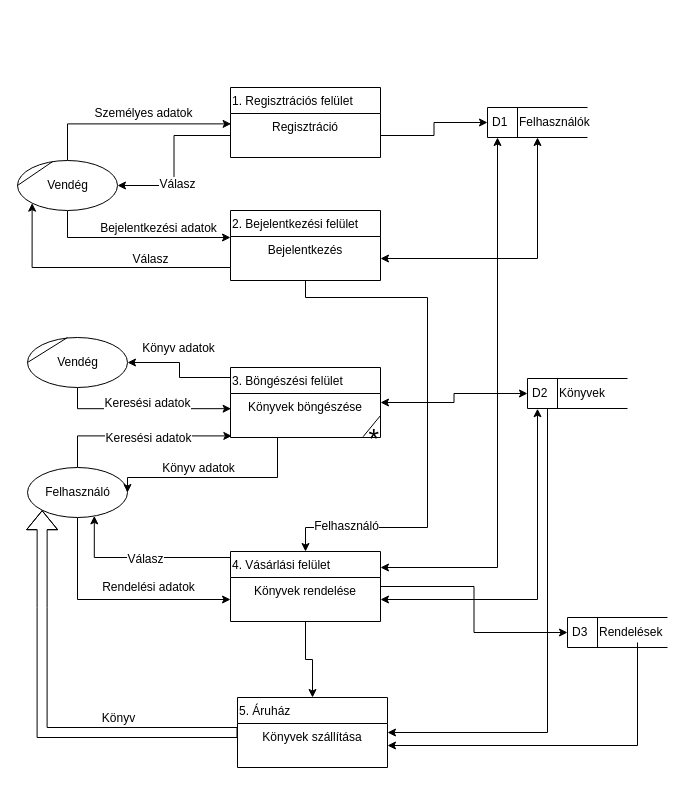
Earlier version of the draw.io diagram page "Page-1" (1 of 5) of dfd.drawio (Dzseta/Adatbazis-alapu-rendszerek). Source tidied: cells renumbered, new cells numbered last; positions are measured from the earlier drawing's top-left corner, leaving out a move shared by most shapes. Both pictures are drawn from the tidied source at 100%, with x=0, y=0 at pixel (17, 87).
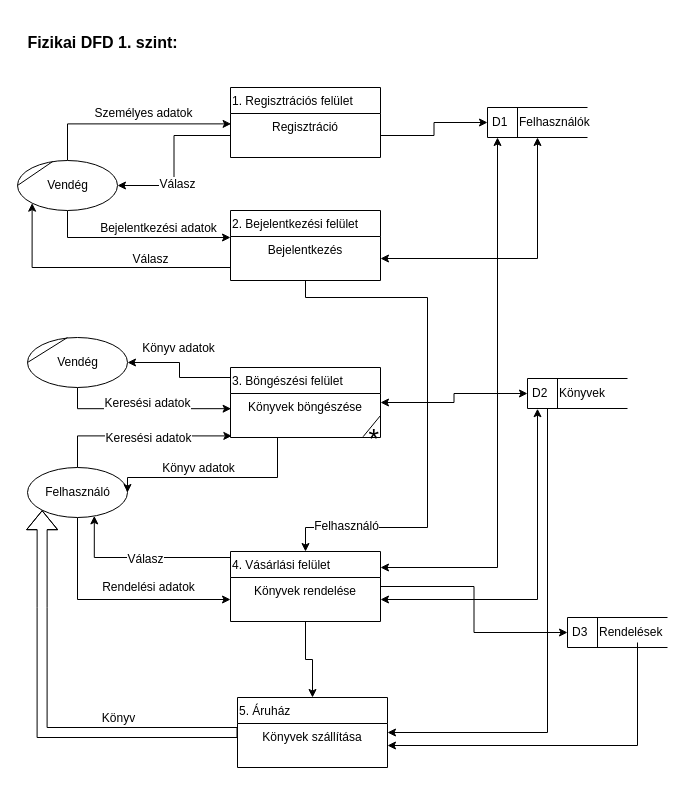
After the change.

The edit, as a diff of the source:
```diff
@@
+    <mxCell id="58" value="&lt;h2&gt;&lt;font style=&quot;font-size: 16px&quot;&gt;Fizikai DFD 1. szint:&lt;/font&gt;&lt;/h2&gt;" style="text;html=1;align=center;verticalAlign=middle;" parent="1" vertex="1">
+      <mxGeometry y="-70" width="170" height="50" as="geometry" />
+    </mxCell>
```
